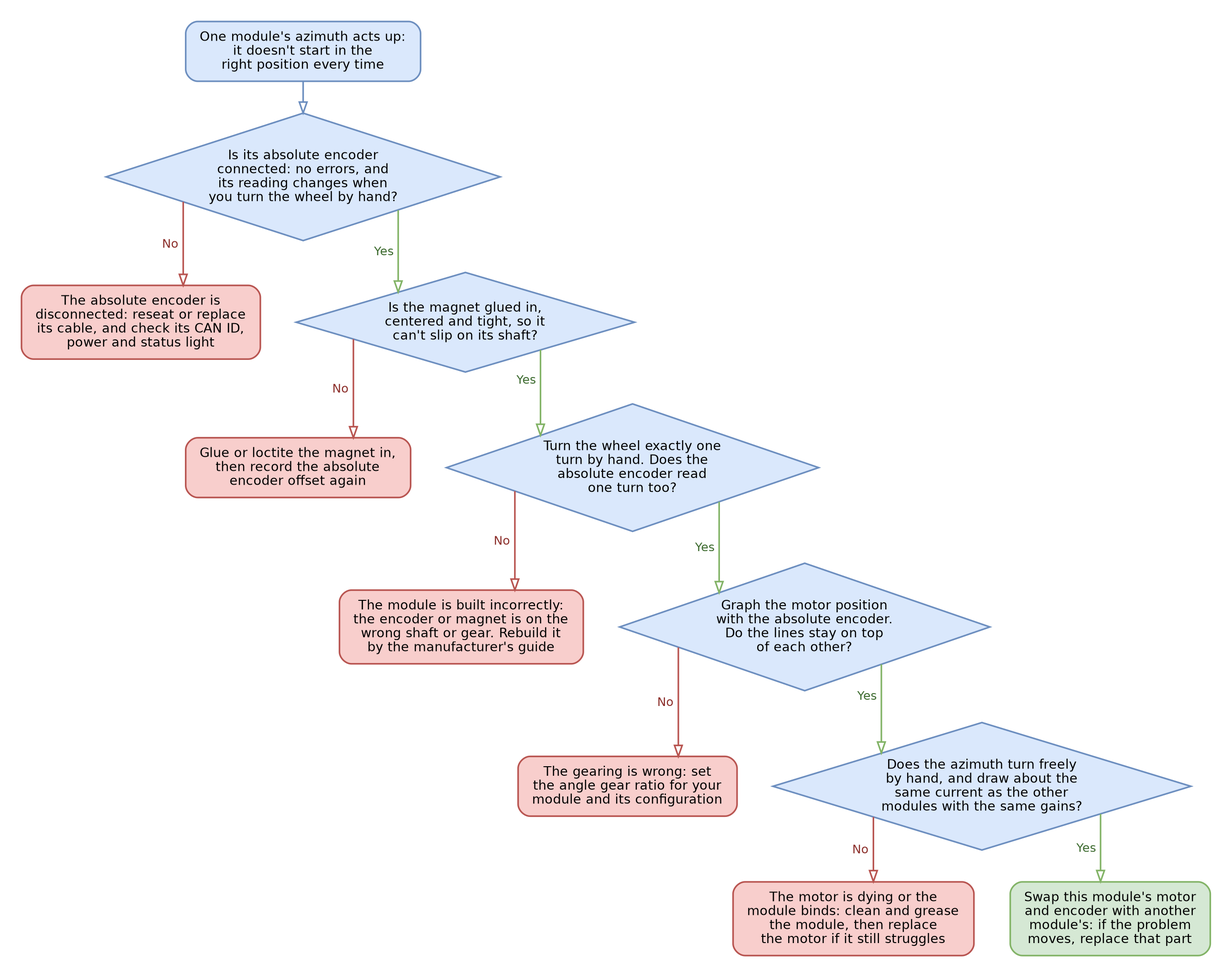
Above: .gitbook/assets/yagsl-flowchart-azimuth.png in Yet-Another-Software-Suite/YAGSL-gitbook (Graphviz), before the change. Its source is kept beside it as .gitbook/assets/yagsl-flowchart-azimuth.dot. Source of this version:
```dot
digraph G {
  graph [rankdir=TB, nodesep=0.5, ranksep=0.45, pad=0.3, bgcolor="white", dpi=150, splines=ortho];
  node  [fontname="DejaVu Sans", fontsize=13, margin="0.2,0.12", penwidth=1.6];
  edge  [fontname="DejaVu Sans", fontsize=12, penwidth=1.6, arrowhead=onormal, arrowsize=1.1];
  s [label="One module's azimuth acts up:\nit doesn't start in the\nright position every time", shape=box, style="rounded,filled", fillcolor="#dae8fc", color="#6c8ebf"];
  q1 [label="Is its absolute encoder\nconnected: no errors, and\nits reading changes when\nyou turn the wheel by hand?", shape=diamond, style=filled, fillcolor="#dae8fc", color="#6c8ebf", margin="0.05,0.05"];
  f1 [label="The absolute encoder is\ndisconnected: reseat or replace\nits cable, and check its CAN ID,\npower and status light", shape=box, style="rounded,filled", fillcolor="#f8cecc", color="#b85450"];
  q2 [label="Is the magnet glued in,\ncentered and tight, so it\ncan't slip on its shaft?", shape=diamond, style=filled, fillcolor="#dae8fc", color="#6c8ebf", margin="0.05,0.05"];
  f2 [label="Glue or loctite the magnet in,\nthen record the absolute\nencoder offset again", shape=box, style="rounded,filled", fillcolor="#f8cecc", color="#b85450"];
  q3 [label="Turn the wheel exactly one\nturn by hand. Does the\nabsolute encoder read\none turn too?", shape=diamond, style=filled, fillcolor="#dae8fc", color="#6c8ebf", margin="0.05,0.05"];
  f3 [label="The module is built incorrectly:\nthe encoder or magnet is on the\nwrong shaft or gear. Rebuild it\nby the manufacturer's guide", shape=box, style="rounded,filled", fillcolor="#f8cecc", color="#b85450"];
  q4 [label="Graph the motor position\nwith the absolute encoder.\nDo the lines stay on top\nof each other?", shape=diamond, style=filled, fillcolor="#dae8fc", color="#6c8ebf", margin="0.05,0.05"];
  f4 [label="The gearing is wrong: set\nthe angle gear ratio for your\nmodule and its configuration", shape=box, style="rounded,filled", fillcolor="#f8cecc", color="#b85450"];
  q5 [label="Does the azimuth turn freely\nby hand, and draw about the\nsame current as the other\nmodules with the same gains?", shape=diamond, style=filled, fillcolor="#dae8fc", color="#6c8ebf", margin="0.05,0.05"];
  f5 [label="The motor is dying or the\nmodule binds: clean and grease\nthe module, then replace\nthe motor if it still struggles", shape=box, style="rounded,filled", fillcolor="#f8cecc", color="#b85450"];
  d [label="Swap this module's motor\nand encoder with another\nmodule's: if the problem\nmoves, replace that part", shape=box, style="rounded,filled", fillcolor="#d5e8d4", color="#82b366"];
  s -> q1 [color="#6c8ebf"];
  q1 -> f1 [xlabel=" No ", color="#b85450", fontcolor="#8c2f2b"];
  q1 -> q2 [xlabel=" Yes ", color="#82b366", fontcolor="#3d6b2f"];
  q2 -> f2 [xlabel=" No ", color="#b85450", fontcolor="#8c2f2b"];
  q2 -> q3 [xlabel=" Yes ", color="#82b366", fontcolor="#3d6b2f"];
  q3 -> f3 [xlabel=" No ", color="#b85450", fontcolor="#8c2f2b"];
  q3 -> q4 [xlabel=" Yes ", color="#82b366", fontcolor="#3d6b2f"];
  q4 -> f4 [xlabel=" No ", color="#b85450", fontcolor="#8c2f2b"];
  q4 -> q5 [xlabel=" Yes ", color="#82b366", fontcolor="#3d6b2f"];
  q5 -> f5 [xlabel=" No ", color="#b85450", fontcolor="#8c2f2b"];
  q5 -> d [xlabel=" Yes ", color="#82b366", fontcolor="#3d6b2f"];
}
```
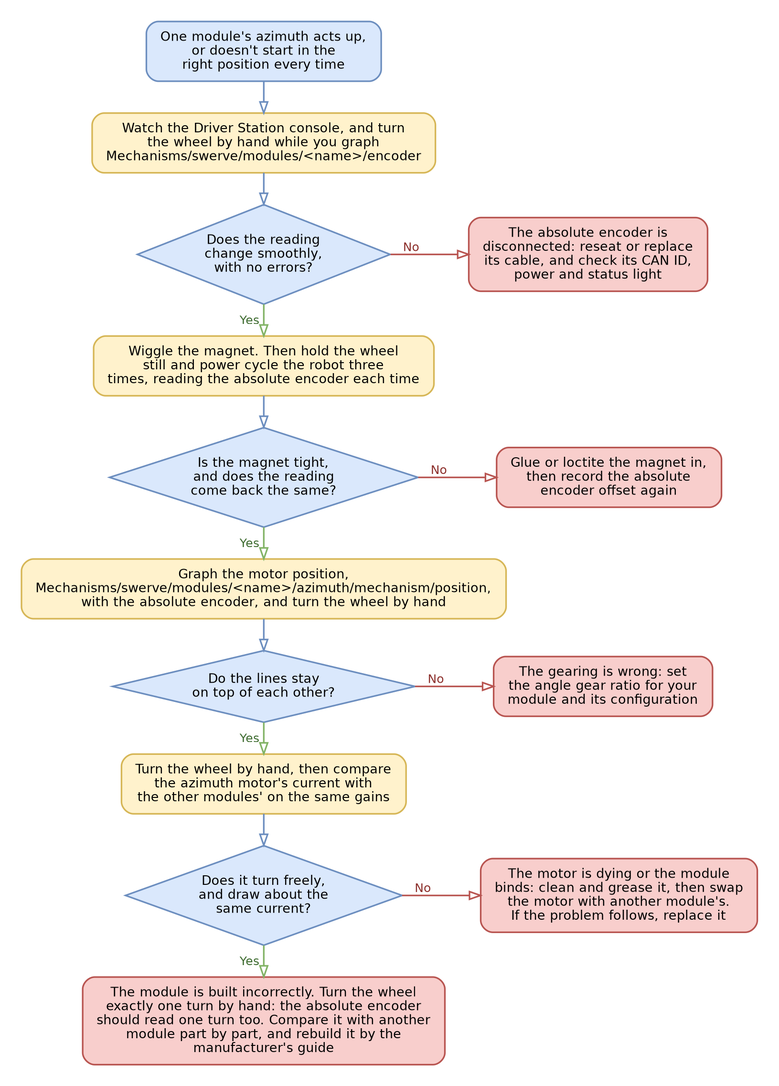
The same file after the commit.

Commit message:
Troubleshooting flowcharts: add how-to-check steps; check a module's build last

What changed in the source:
```diff
@@ -2,27 +2,36 @@
   graph [rankdir=TB, nodesep=0.5, ranksep=0.45, pad=0.3, bgcolor="white", dpi=150, splines=ortho];
   node  [fontname="DejaVu Sans", fontsize=13, margin="0.2,0.12", penwidth=1.6];
   edge  [fontname="DejaVu Sans", fontsize=12, penwidth=1.6, arrowhead=onormal, arrowsize=1.1];
-  s [label="One module's azimuth acts up:\nit doesn't start in the\nright position every time", shape=box, style="rounded,filled", fillcolor="#dae8fc", color="#6c8ebf"];
-  q1 [label="Is its absolute encoder\nconnected: no errors, and\nits reading changes when\nyou turn the wheel by hand?", shape=diamond, style=filled, fillcolor="#dae8fc", color="#6c8ebf", margin="0.05,0.05"];
+  graph [nodesep=1.1];
+  s [label="One module's azimuth acts up,\nor doesn't start in the\nright position every time", shape=box, style="rounded,filled", fillcolor="#dae8fc", color="#6c8ebf"];
+  h1 [label="Watch the Driver Station console, and turn\nthe wheel by hand while you graph\nMechanisms/swerve/modules/<name>/encoder", shape=box, style="rounded,filled", fillcolor="#fff2cc", color="#d6b656"];
+  q1 [label="Does the reading\nchange smoothly,\nwith no errors?", shape=diamond, style=filled, fillcolor="#dae8fc", color="#6c8ebf", margin="0.05,0.05"];
   f1 [label="The absolute encoder is\ndisconnected: reseat or replace\nits cable, and check its CAN ID,\npower and status light", shape=box, style="rounded,filled", fillcolor="#f8cecc", color="#b85450"];
-  q2 [label="Is the magnet glued in,\ncentered and tight, so it\ncan't slip on its shaft?", shape=diamond, style=filled, fillcolor="#dae8fc", color="#6c8ebf", margin="0.05,0.05"];
+  {rank=same; q1; f1;}
+  s -> h1 [color="#6c8ebf", weight=10];
+  h1 -> q1 [color="#6c8ebf", weight=10];
+  q1 -> f1 [xlabel=" No ", color="#b85450", fontcolor="#8c2f2b"];
+  q1 -> h2 [xlabel=" Yes ", color="#82b366", fontcolor="#3d6b2f", weight=10];
+  h2 [label="Wiggle the magnet. Then hold the wheel\nstill and power cycle the robot three\ntimes, reading the absolute encoder each time", shape=box, style="rounded,filled", fillcolor="#fff2cc", color="#d6b656"];
+  q2 [label="Is the magnet tight,\nand does the reading\ncome back the same?", shape=diamond, style=filled, fillcolor="#dae8fc", color="#6c8ebf", margin="0.05,0.05"];
   f2 [label="Glue or loctite the magnet in,\nthen record the absolute\nencoder offset again", shape=box, style="rounded,filled", fillcolor="#f8cecc", color="#b85450"];
-  q3 [label="Turn the wheel exactly one\nturn by hand. Does the\nabsolute encoder read\none turn too?", shape=diamond, style=filled, fillcolor="#dae8fc", color="#6c8ebf", margin="0.05,0.05"];
-  f3 [label="The module is built incorrectly:\nthe encoder or magnet is on the\nwrong shaft or gear. Rebuild it\nby the manufacturer's guide", shape=box, style="rounded,filled", fillcolor="#f8cecc", color="#b85450"];
-  q4 [label="Graph the motor position\nwith the absolute encoder.\nDo the lines stay on top\nof each other?", shape=diamond, style=filled, fillcolor="#dae8fc", color="#6c8ebf", margin="0.05,0.05"];
-  f4 [label="The gearing is wrong: set\nthe angle gear ratio for your\nmodule and its configuration", shape=box, style="rounded,filled", fillcolor="#f8cecc", color="#b85450"];
-  q5 [label="Does the azimuth turn freely\nby hand, and draw about the\nsame current as the other\nmodules with the same gains?", shape=diamond, style=filled, fillcolor="#dae8fc", color="#6c8ebf", margin="0.05,0.05"];
-  f5 [label="The motor is dying or the\nmodule binds: clean and grease\nthe module, then replace\nthe motor if it still struggles", shape=box, style="rounded,filled", fillcolor="#f8cecc", color="#b85450"];
-  d [label="Swap this module's motor\nand encoder with another\nmodule's: if the problem\nmoves, replace that part", shape=box, style="rounded,filled", fillcolor="#d5e8d4", color="#82b366"];
-  s -> q1 [color="#6c8ebf"];
-  q1 -> f1 [xlabel=" No ", color="#b85450", fontcolor="#8c2f2b"];
-  q1 -> q2 [xlabel=" Yes ", color="#82b366", fontcolor="#3d6b2f"];
+  {rank=same; q2; f2;}
+  h2 -> q2 [color="#6c8ebf", weight=10];
   q2 -> f2 [xlabel=" No ", color="#b85450", fontcolor="#8c2f2b"];
-  q2 -> q3 [xlabel=" Yes ", color="#82b366", fontcolor="#3d6b2f"];
+  q2 -> h3 [xlabel=" Yes ", color="#82b366", fontcolor="#3d6b2f", weight=10];
+  h3 [label="Graph the motor position,\nMechanisms/swerve/modules/<name>/azimuth/mechanism/position,\nwith the absolute encoder, and turn the wheel by hand", shape=box, style="rounded,filled", fillcolor="#fff2cc", color="#d6b656"];
+  q3 [label="Do the lines stay\non top of each other?", shape=diamond, style=filled, fillcolor="#dae8fc", color="#6c8ebf", margin="0.05,0.05"];
+  f3 [label="The gearing is wrong: set\nthe angle gear ratio for your\nmodule and its configuration", shape=box, style="rounded,filled", fillcolor="#f8cecc", color="#b85450"];
+  {rank=same; q3; f3;}
+  h3 -> q3 [color="#6c8ebf", weight=10];
   q3 -> f3 [xlabel=" No ", color="#b85450", fontcolor="#8c2f2b"];
-  q3 -> q4 [xlabel=" Yes ", color="#82b366", fontcolor="#3d6b2f"];
+  q3 -> h4 [xlabel=" Yes ", color="#82b366", fontcolor="#3d6b2f", weight=10];
+  h4 [label="Turn the wheel by hand, then compare\nthe azimuth motor's current with\nthe other modules' on the same gains", shape=box, style="rounded,filled", fillcolor="#fff2cc", color="#d6b656"];
+  q4 [label="Does it turn freely,\nand draw about the\nsame current?", shape=diamond, style=filled, fillcolor="#dae8fc", color="#6c8ebf", margin="0.05,0.05"];
+  f4 [label="The motor is dying or the module\nbinds: clean and grease it, then swap\nthe motor with another module's.\nIf the problem follows, replace it", shape=box, style="rounded,filled", fillcolor="#f8cecc", color="#b85450"];
+  {rank=same; q4; f4;}
+  h4 -> q4 [color="#6c8ebf", weight=10];
   q4 -> f4 [xlabel=" No ", color="#b85450", fontcolor="#8c2f2b"];
-  q4 -> q5 [xlabel=" Yes ", color="#82b366", fontcolor="#3d6b2f"];
-  q5 -> f5 [xlabel=" No ", color="#b85450", fontcolor="#8c2f2b"];
-  q5 -> d [xlabel=" Yes ", color="#82b366", fontcolor="#3d6b2f"];
+  q4 -> d [xlabel=" Yes ", color="#82b366", fontcolor="#3d6b2f", weight=10];
+  d [label="The module is built incorrectly. Turn the wheel\nexactly one turn by hand: the absolute encoder\nshould read one turn too. Compare it with another\nmodule part by part, and rebuild it by the\nmanufacturer's guide", shape=box, style="rounded,filled", fillcolor="#f8cecc", color="#b85450"];
 }
```
